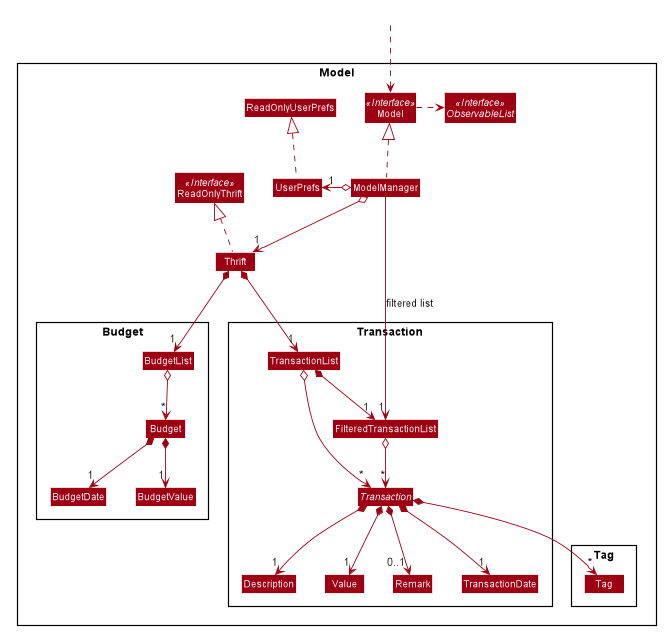
This is docs/images/ModelClassDiagram.png from nus-cs2103-AY1920S1/addressbook-level3, a PlantUML export, as it was before one commit.
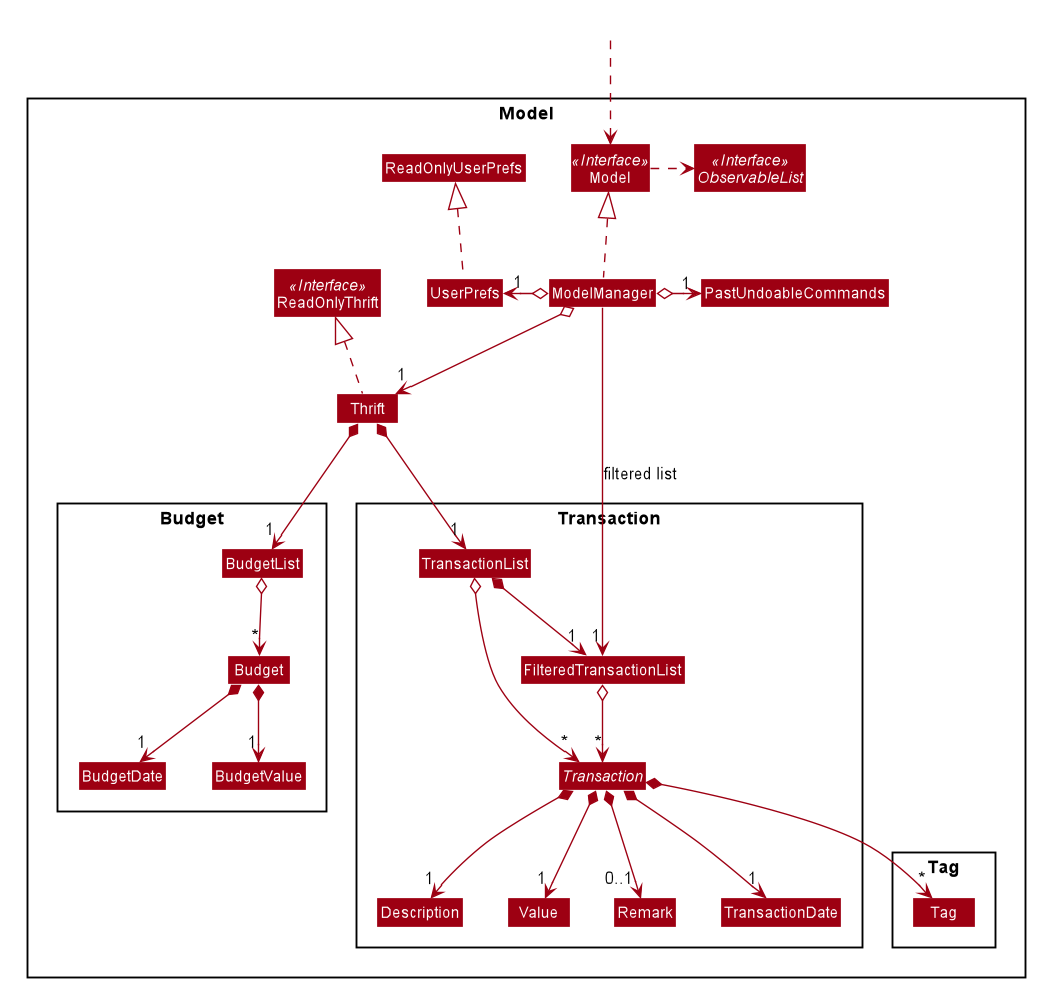
Above is the later version.

The edit, as a diff of the source:
```diff
@@ -61,6 +61,7 @@
 Class ModelManager
 Class UserPrefs
 Class ReadOnlyUserPrefs
+Class PastUndoableCommands
 
 Package Transaction {
 abstract Class Transaction
@@ -94,6 +95,7 @@
 ModelManager o--> "1" Thrift
 ModelManager o-left-> "1" UserPrefs
 UserPrefs .up.|> ReadOnlyUserPrefs
+ModelManager o-right-> "1" PastUndoableCommands
 
 Thrift *--> "1" TransactionList
 Thrift *--> "1" BudgetList
```
